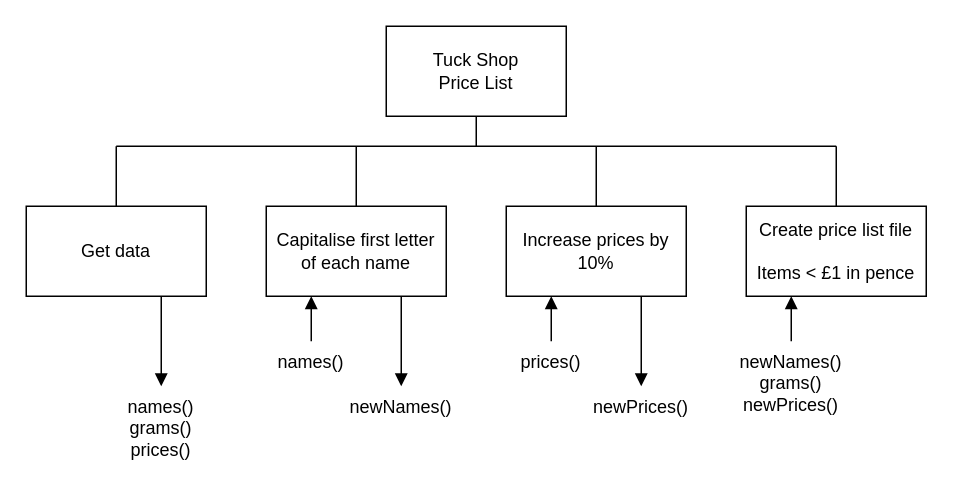
This is h-cs/sdd/H-SDD-Tuck-Shop/assets/H-SDD-Tuck-Shop.drawio from MrFriendCS/MrFriendCS.github.io, a draw.io file, before an edit. Source tidied: cells renumbered, new cells numbered last; positions are measured from the earlier drawing's top-left corner, leaving out a move shared by most shapes. Both pictures are drawn from the tidied source at 150%, with x=0, y=0 at pixel (26, 26).
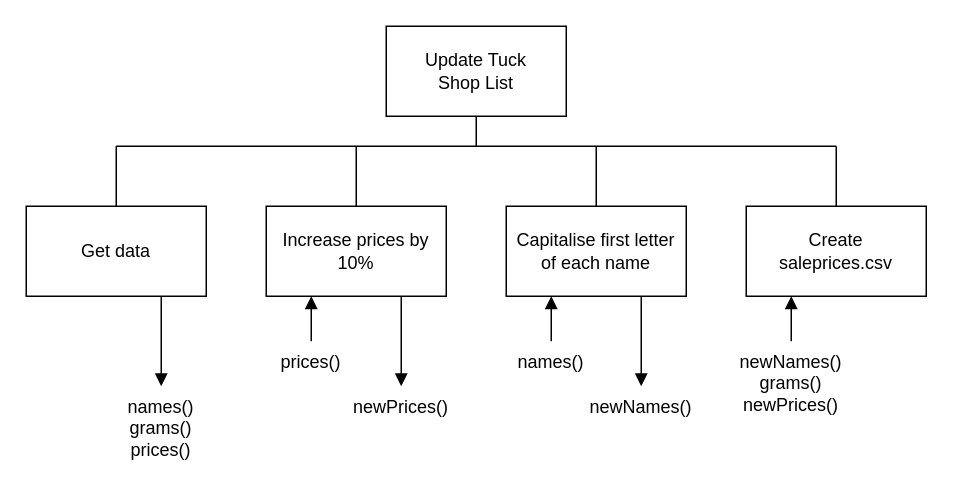
The same page after the edit.

The edit, as a diff of the source:
```diff
@@
-    <mxCell id="3" value="Tuck Shop&lt;div&gt;Price List&lt;/div&gt;" style="rounded=0;whiteSpace=wrap;html=1;" parent="1" vertex="1">
+    <mxCell id="3" value="Update Tuck Shop&lt;span style=&quot;background-color: transparent; color: light-dark(rgb(0, 0, 0), rgb(255, 255, 255));&quot;&gt;&amp;nbsp;List&lt;/span&gt;" style="rounded=0;whiteSpace=wrap;html=1;" parent="1" vertex="1">
       <mxGeometry x="240" width="120" height="60" as="geometry" />
     </mxCell>
     <mxCell id="4" style="edgeStyle=orthogonalEdgeStyle;rounded=0;jettySize=auto;html=1;exitX=0.25;exitY=1;exitDx=0;exitDy=0;endArrow=none;endFill=0;startArrow=block;startFill=1;" parent="1" edge="1" source="7">
       <mxGeometry relative="1" as="geometry">
-        <mxPoint x="350" y="210" as="targetPoint" />
+        <mxPoint x="190" y="210" as="targetPoint" />
       </mxGeometry>
     </mxCell>
     <mxCell id="5" style="edgeStyle=orthogonalEdgeStyle;rounded=0;jettySize=auto;html=1;exitX=0.75;exitY=1;exitDx=0;exitDy=0;endArrow=block;endFill=1;" parent="1" edge="1" source="7">
       <mxGeometry relative="1" as="geometry">
-        <mxPoint x="410" y="240" as="targetPoint" />
+        <mxPoint x="250" y="240" as="targetPoint" />
       </mxGeometry>
     </mxCell>
-    <mxCell id="6" style="edgeStyle=orthogonalEdgeStyle;shape=connector;rounded=0;jettySize=auto;html=1;exitX=0.5;exitY=0;exitDx=0;exitDy=0;strokeColor=default;align=center;verticalAlign=middle;fontFamily=Helvetica;fontSize=11;fontColor=default;labelBackgroundColor=default;endArrow=none;endFill=0;" parent="1" edge="1" source="7">
-      <mxGeometry relative="1" as="geometry">
-        <mxPoint x="380" y="80" as="targetPoint" />
-      </mxGeometry>
-    </mxCell>
+    <mxCell id="25" style="edgeStyle=orthogonalEdgeStyle;rounded=0;jettySize=auto;html=1;exitX=0.5;exitY=0;exitDx=0;exitDy=0;endArrow=none;endFill=0;" parent="1" edge="1" source="7">
+      <mxGeometry relative="1" as="geometry">
+        <mxPoint x="220" y="80" as="targetPoint" />
+      </mxGeometry>
+    </mxCell>
     <mxCell id="7" value="Increase prices by 10%" style="rounded=0;whiteSpace=wrap;html=1;" parent="1" vertex="1">
-      <mxGeometry x="320" y="120" width="120" height="60" as="geometry" />
+      <mxGeometry x="160" y="120" width="120" height="60" as="geometry" />
     </mxCell>
@@
-    <mxCell id="13" value="&lt;div&gt;Create price list file&lt;/div&gt;&lt;div&gt;&lt;br&gt;&lt;/div&gt;&lt;div&gt;Items &amp;lt; £1 in pence&lt;/div&gt;" style="rounded=0;whiteSpace=wrap;html=1;" parent="1" vertex="1">
+    <mxCell id="13" value="&lt;div&gt;Create&lt;/div&gt;&lt;div&gt;saleprices.csv&lt;/div&gt;" style="rounded=0;whiteSpace=wrap;html=1;" parent="1" vertex="1">
       <mxGeometry x="480" y="120" width="120" height="60" as="geometry" />
     </mxCell>
@@
     <mxCell id="16" value="prices()" style="text;html=1;strokeColor=none;fillColor=none;align=center;verticalAlign=top;whiteSpace=wrap;rounded=0;" parent="1" vertex="1">
-      <mxGeometry x="320" y="210" width="60" height="30" as="geometry" />
+      <mxGeometry x="160" y="210" width="60" height="30" as="geometry" />
     </mxCell>
     <mxCell id="17" value="newPrices()" style="text;html=1;strokeColor=none;fillColor=none;align=center;verticalAlign=top;whiteSpace=wrap;rounded=0;" parent="1" vertex="1">
-      <mxGeometry x="370" y="240" width="80" height="30" as="geometry" />
+      <mxGeometry x="210" y="240" width="80" height="30" as="geometry" />
     </mxCell>
@@
     <mxCell id="19" style="edgeStyle=orthogonalEdgeStyle;rounded=0;jettySize=auto;html=1;exitX=0.25;exitY=1;exitDx=0;exitDy=0;endArrow=none;endFill=0;startArrow=block;startFill=1;" parent="1" edge="1" source="22">
       <mxGeometry relative="1" as="geometry">
-        <mxPoint x="190" y="210" as="targetPoint" />
+        <mxPoint x="350" y="210" as="targetPoint" />
       </mxGeometry>
     </mxCell>
     <mxCell id="20" style="edgeStyle=orthogonalEdgeStyle;rounded=0;jettySize=auto;html=1;exitX=0.75;exitY=1;exitDx=0;exitDy=0;endArrow=block;endFill=1;" parent="1" edge="1" source="22">
       <mxGeometry relative="1" as="geometry">
-        <mxPoint x="250" y="240" as="targetPoint" />
+        <mxPoint x="410" y="240" as="targetPoint" />
       </mxGeometry>
     </mxCell>
-    <mxCell id="21" style="edgeStyle=orthogonalEdgeStyle;shape=connector;rounded=0;jettySize=auto;html=1;exitX=0.5;exitY=0;exitDx=0;exitDy=0;strokeColor=default;align=center;verticalAlign=middle;fontFamily=Helvetica;fontSize=11;fontColor=default;labelBackgroundColor=default;endArrow=none;endFill=0;" parent="1" edge="1" source="22">
-      <mxGeometry relative="1" as="geometry">
-        <mxPoint x="220" y="80" as="targetPoint" />
-      </mxGeometry>
-    </mxCell>
+    <mxCell id="26" style="edgeStyle=orthogonalEdgeStyle;shape=connector;rounded=0;jettySize=auto;html=1;exitX=0.5;exitY=0;exitDx=0;exitDy=0;strokeColor=default;align=center;verticalAlign=middle;fontFamily=Helvetica;fontSize=11;fontColor=default;labelBackgroundColor=default;endArrow=none;endFill=0;" parent="1" edge="1" source="22">
+      <mxGeometry relative="1" as="geometry">
+        <mxPoint x="380" y="80" as="targetPoint" />
+      </mxGeometry>
+    </mxCell>
     <mxCell id="22" value="Capitalise first letter&lt;div&gt;of&amp;nbsp;&lt;span style=&quot;background-color: initial;&quot;&gt;each name&lt;/span&gt;&lt;/div&gt;" style="rounded=0;whiteSpace=wrap;html=1;" parent="1" vertex="1">
-      <mxGeometry x="160" y="120" width="120" height="60" as="geometry" />
+      <mxGeometry x="320" y="120" width="120" height="60" as="geometry" />
     </mxCell>
     <mxCell id="23" value="names()" style="text;html=1;strokeColor=none;fillColor=none;align=center;verticalAlign=top;whiteSpace=wrap;rounded=0;" parent="1" vertex="1">
-      <mxGeometry x="160" y="210" width="60" height="30" as="geometry" />
+      <mxGeometry x="320" y="210" width="60" height="30" as="geometry" />
     </mxCell>
     <mxCell id="24" value="newNames()" style="text;html=1;strokeColor=none;fillColor=none;align=center;verticalAlign=top;whiteSpace=wrap;rounded=0;" parent="1" vertex="1">
-      <mxGeometry x="210" y="240" width="80" height="30" as="geometry" />
+      <mxGeometry x="370" y="240" width="80" height="30" as="geometry" />
     </mxCell>
```
